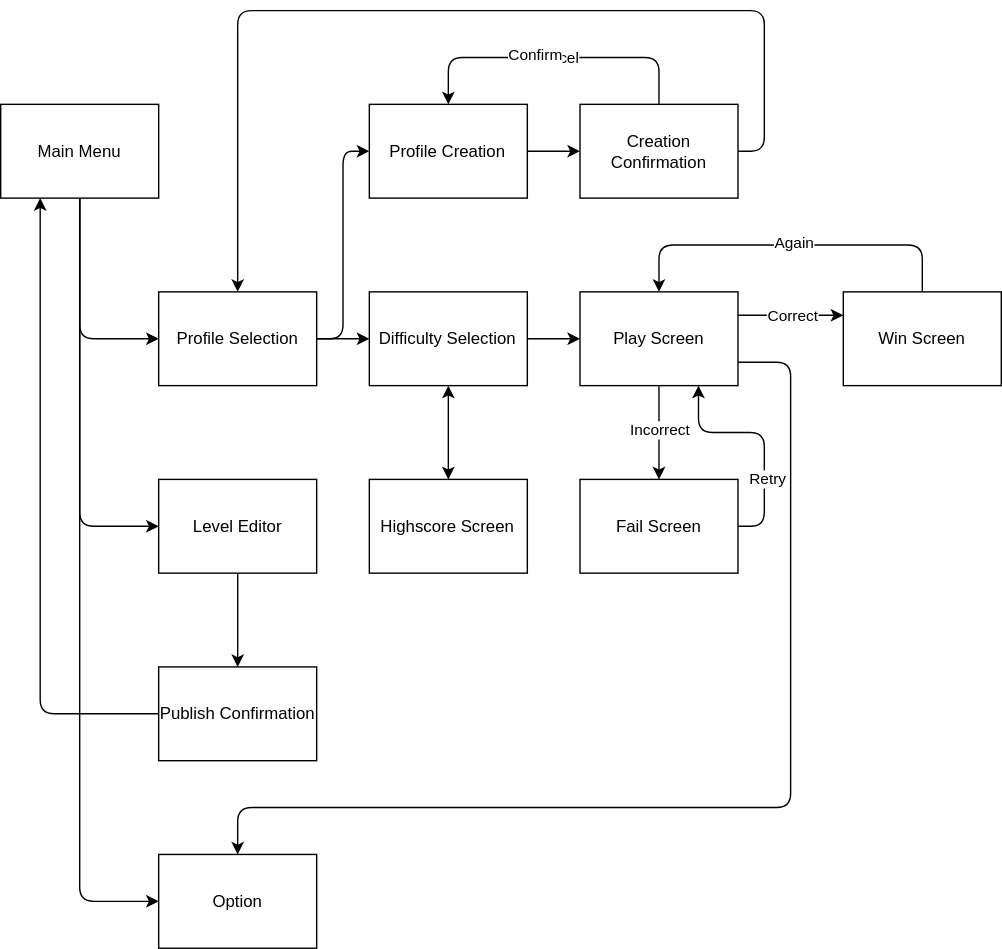
This is diagram/diagram_flow.drawio.svg from tanjinhung/Nonogram, a draw.io export, as it was before one commit. Source tidied: cells renumbered, new cells last; positions are measured from the earlier drawing's top-left corner, leaving out a move shared by most shapes.
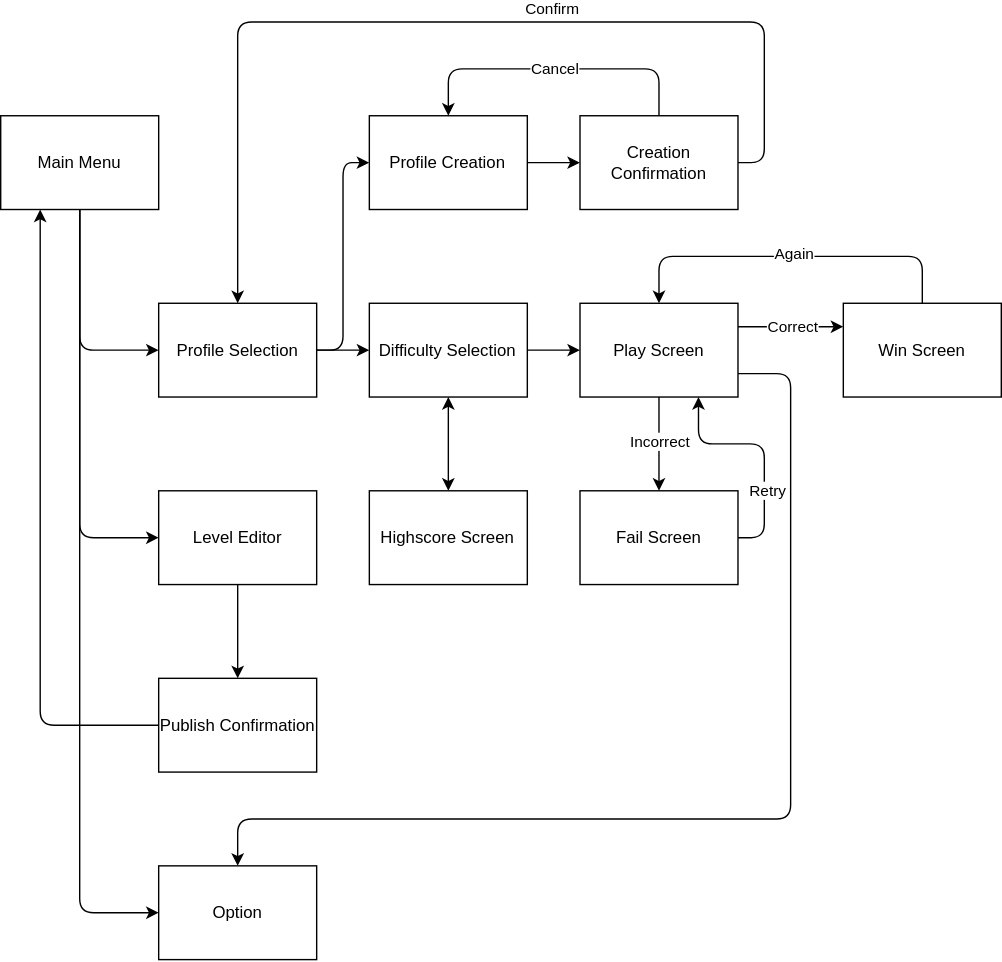
Later version of the same file.

Change to the diagram source:
```diff
@@ -1,4 +1,4 @@
-<mxGraphModel background="#ffffff">
+<mxGraphModel>
   <root>
     <mxCell id="0" />
     <mxCell id="1" parent="0" />
@@ -79,7 +79,7 @@
     </mxCell>
     <mxCell id="17" value="Confirm" style="edgeLabel;html=1;align=center;verticalAlign=middle;" parent="16" vertex="1">
       <mxGeometry x="-0.92" y="-1" relative="1" as="geometry">
-        <mxPoint x="-165" y="-61" as="offset" />
+        <mxPoint x="-153" y="-102" as="offset" />
       </mxGeometry>
     </mxCell>
     <mxCell id="18" value="Creation Confirmation" style="rounded=0;whiteSpace=wrap;html=1;fillColor=none;" parent="2" vertex="1">
```
